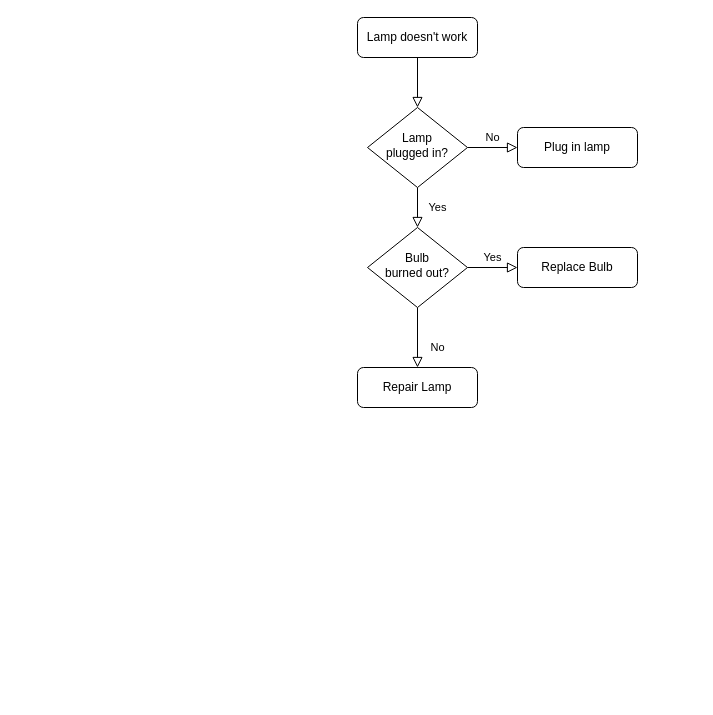
The draw.io diagram 2/diagrams/Untitled Diagram.drawio in Dmytrenko-Roman/TestsLabs, before the edit. Source tidied: cells renumbered, new cells numbered last; positions are measured from the earlier drawing's top-left corner, leaving out a move shared by most shapes. Both pictures are drawn from the tidied source at 100%, with x=0, y=0 at pixel (357, 17).
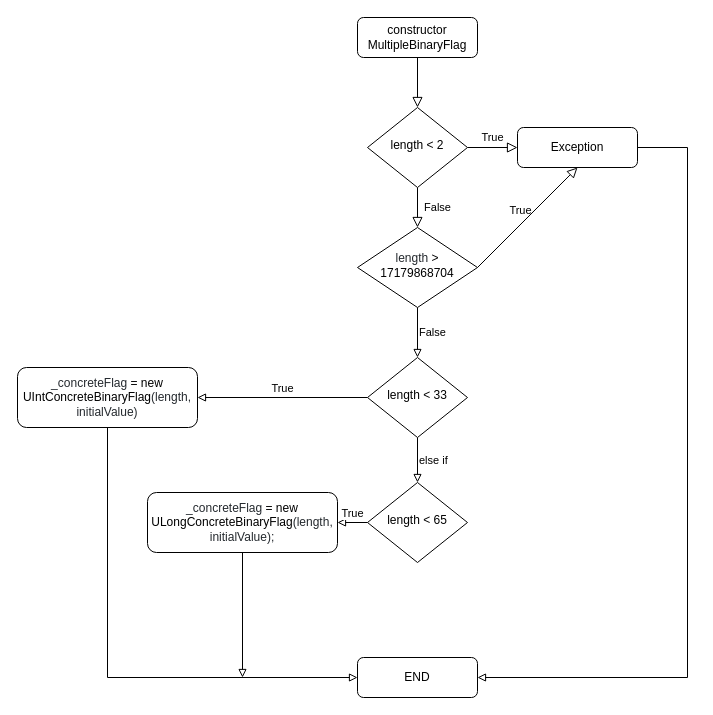
The same page after the edit.

What changed in the source:
```diff
@@
-    <mxCell id="3" value="Lamp doesn't work" style="rounded=1;whiteSpace=wrap;html=1;fontSize=12;glass=0;strokeWidth=1;shadow=0;" parent="1" vertex="1">
+    <mxCell id="3" value="constructor MultipleBinaryFlag" style="rounded=1;whiteSpace=wrap;html=1;fontSize=12;glass=0;strokeWidth=1;shadow=0;" parent="1" vertex="1">
       <mxGeometry width="120" height="40" as="geometry" />
     </mxCell>
-    <mxCell id="4" value="Yes" style="rounded=0;html=1;jettySize=auto;fontSize=11;endArrow=block;endFill=0;endSize=8;strokeWidth=1;shadow=0;labelBackgroundColor=none;edgeStyle=orthogonalEdgeStyle;" parent="1" edge="1" source="6" target="10">
+    <mxCell id="4" value="False" style="rounded=0;html=1;jettySize=auto;fontSize=11;endArrow=block;endFill=0;endSize=8;strokeWidth=1;shadow=0;labelBackgroundColor=none;edgeStyle=orthogonalEdgeStyle;align=center;labelPosition=center;verticalLabelPosition=middle;verticalAlign=middle;" parent="1" edge="1" source="6" target="10">
       <mxGeometry y="20" relative="1" as="geometry" />
     </mxCell>
-    <mxCell id="5" value="No" style="edgeStyle=orthogonalEdgeStyle;rounded=0;html=1;jettySize=auto;fontSize=11;endArrow=block;endFill=0;endSize=8;strokeWidth=1;shadow=0;labelBackgroundColor=none;" parent="1" edge="1" source="6" target="7">
+    <mxCell id="5" value="True" style="edgeStyle=orthogonalEdgeStyle;rounded=0;html=1;jettySize=auto;fontSize=11;endArrow=block;endFill=0;endSize=8;strokeWidth=1;shadow=0;labelBackgroundColor=none;" parent="1" edge="1" source="6" target="7">
       <mxGeometry y="10" relative="1" as="geometry" />
     </mxCell>
-    <mxCell id="6" value="Lamp&lt;br&gt;plugged in?" style="rhombus;whiteSpace=wrap;html=1;shadow=0;fontFamily=Helvetica;fontSize=12;align=center;strokeWidth=1;spacing=6;spacingTop=-4;" parent="1" vertex="1">
+    <mxCell id="6" value="length &amp;lt; 2" style="rhombus;whiteSpace=wrap;html=1;shadow=0;fontFamily=Helvetica;fontSize=12;align=center;strokeWidth=1;spacing=6;spacingTop=-4;" parent="1" vertex="1">
       <mxGeometry x="10" y="90" width="100" height="80" as="geometry" />
     </mxCell>
+    <mxCell id="13" style="edgeStyle=orthogonalEdgeStyle;rounded=0;jettySize=auto;html=1;exitX=1;exitY=0.5;exitDx=0;exitDy=0;entryX=1;entryY=0.5;entryDx=0;entryDy=0;endArrow=block;endFill=0;strokeWidth=1;" parent="1" edge="1" source="7" target="11">
+      <mxGeometry relative="1" as="geometry">
+        <Array as="points">
+          <mxPoint x="330" y="130" />
+          <mxPoint x="330" y="660" />
+        </Array>
+      </mxGeometry>
+    </mxCell>
-    <mxCell id="7" value="Plug in lamp" style="rounded=1;whiteSpace=wrap;html=1;fontSize=12;glass=0;strokeWidth=1;shadow=0;" parent="1" vertex="1">
+    <mxCell id="7" value="Exception" style="rounded=1;whiteSpace=wrap;html=1;fontSize=12;glass=0;strokeWidth=1;shadow=0;" parent="1" vertex="1">
       <mxGeometry x="160" y="110" width="120" height="40" as="geometry" />
     </mxCell>
-    <mxCell id="8" value="No" style="rounded=0;html=1;jettySize=auto;fontSize=11;endArrow=block;endFill=0;endSize=8;strokeWidth=1;shadow=0;labelBackgroundColor=none;edgeStyle=orthogonalEdgeStyle;" parent="1" edge="1" source="10" target="11">
-      <mxGeometry x="0.33" y="20" relative="1" as="geometry" />
-    </mxCell>
-    <mxCell id="9" value="Yes" style="edgeStyle=orthogonalEdgeStyle;rounded=0;html=1;jettySize=auto;fontSize=11;endArrow=block;endFill=0;endSize=8;strokeWidth=1;shadow=0;labelBackgroundColor=none;" parent="1" edge="1" source="10" target="12">
+    <mxCell id="9" value="True" style="rounded=0;html=1;jettySize=auto;fontSize=11;endArrow=block;endFill=0;endSize=8;strokeWidth=1;shadow=0;labelBackgroundColor=none;entryX=0.5;entryY=1;entryDx=0;entryDy=0;exitX=1;exitY=0.5;exitDx=0;exitDy=0;" parent="1" edge="1" source="10" target="7">
       <mxGeometry y="10" relative="1" as="geometry" />
     </mxCell>
+    <mxCell id="14" value="False" style="edgeStyle=orthogonalEdgeStyle;rounded=0;jettySize=auto;html=1;exitX=0.5;exitY=1;exitDx=0;exitDy=0;entryX=0.5;entryY=0;entryDx=0;entryDy=0;endArrow=block;endFill=0;strokeWidth=1;align=left;verticalAlign=middle;horizontal=1;labelPosition=center;verticalLabelPosition=middle;" parent="1" edge="1" source="10" target="17">
+      <mxGeometry relative="1" as="geometry" />
+    </mxCell>
-    <mxCell id="10" value="Bulb&lt;br&gt;burned out?" style="rhombus;whiteSpace=wrap;html=1;shadow=0;fontFamily=Helvetica;fontSize=12;align=center;strokeWidth=1;spacing=6;spacingTop=-4;" parent="1" vertex="1">
-      <mxGeometry x="10" y="210" width="100" height="80" as="geometry" />
+    <mxCell id="10" value="&#10;&#10;&lt;span class=&quot;pl-smi&quot; style=&quot;box-sizing: border-box; color: rgb(36, 41, 46); font-size: 12px; font-style: normal; font-weight: 400; letter-spacing: normal; text-indent: 0px; text-transform: none; word-spacing: 0px; background-color: rgb(255, 255, 255);&quot;&gt;length&lt;/span&gt;&lt;span style=&quot;color: rgb(36, 41, 46); font-size: 12px; font-style: normal; font-weight: 400; letter-spacing: normal; text-indent: 0px; text-transform: none; word-spacing: 0px; background-color: rgb(255, 255, 255); display: inline; float: none;&quot;&gt; &lt;/span&gt;&lt;span class=&quot;pl-k&quot; style=&quot;box-sizing: border-box; font-size: 12px; font-style: normal; font-weight: 400; letter-spacing: normal; text-indent: 0px; text-transform: none; word-spacing: 0px; background-color: rgb(255, 255, 255);&quot;&gt;&amp;gt;&lt;/span&gt;&lt;span style=&quot;color: rgb(36, 41, 46); font-size: 12px; font-style: normal; font-weight: 400; letter-spacing: normal; text-indent: 0px; text-transform: none; word-spacing: 0px; background-color: rgb(255, 255, 255); display: inline; float: none;&quot;&gt; &lt;/span&gt;&lt;span class=&quot;pl-c1&quot; style=&quot;box-sizing: border-box; font-size: 12px; font-style: normal; font-weight: 400; letter-spacing: normal; text-indent: 0px; text-transform: none; word-spacing: 0px; background-color: rgb(255, 255, 255);&quot;&gt;17179868704&lt;/span&gt;&#10;&#10;" style="rhombus;whiteSpace=wrap;html=1;shadow=0;fontFamily=Helvetica;fontSize=12;align=center;strokeWidth=1;spacing=6;spacingTop=-4;" parent="1" vertex="1">
+      <mxGeometry y="210" width="120" height="80" as="geometry" />
     </mxCell>
-    <mxCell id="11" value="Repair Lamp" style="rounded=1;whiteSpace=wrap;html=1;fontSize=12;glass=0;strokeWidth=1;shadow=0;" parent="1" vertex="1">
-      <mxGeometry y="350" width="120" height="40" as="geometry" />
+    <mxCell id="11" value="END" style="rounded=1;whiteSpace=wrap;html=1;fontSize=12;glass=0;strokeWidth=1;shadow=0;" parent="1" vertex="1">
+      <mxGeometry y="640" width="120" height="40" as="geometry" />
     </mxCell>
-    <mxCell id="12" value="Replace Bulb" style="rounded=1;whiteSpace=wrap;html=1;fontSize=12;glass=0;strokeWidth=1;shadow=0;" parent="1" vertex="1">
-      <mxGeometry x="160" y="230" width="120" height="40" as="geometry" />
-    </mxCell>
+    <mxCell id="15" value="True" style="edgeStyle=none;rounded=0;jettySize=auto;html=1;exitX=0;exitY=0.5;exitDx=0;exitDy=0;entryX=1;entryY=0.5;entryDx=0;entryDy=0;endArrow=block;endFill=0;strokeWidth=1;align=center;spacingTop=0;verticalAlign=bottom;" parent="1" edge="1" source="17" target="19">
+      <mxGeometry relative="1" as="geometry" />
+    </mxCell>
+    <mxCell id="16" value="else if" style="edgeStyle=orthogonalEdgeStyle;rounded=0;jettySize=auto;html=1;exitX=0.5;exitY=1;exitDx=0;exitDy=0;entryX=0.5;entryY=0;entryDx=0;entryDy=0;endArrow=block;endFill=0;strokeWidth=1;align=left;" parent="1" edge="1" source="17" target="21">
+      <mxGeometry relative="1" as="geometry" />
+    </mxCell>
+    <mxCell id="17" value="length &amp;lt; 33" style="rhombus;whiteSpace=wrap;html=1;shadow=0;fontFamily=Helvetica;fontSize=12;align=center;strokeWidth=1;spacing=6;spacingTop=-4;" parent="1" vertex="1">
+      <mxGeometry x="10" y="340" width="100" height="80" as="geometry" />
+    </mxCell>
+    <mxCell id="18" style="edgeStyle=orthogonalEdgeStyle;rounded=0;jettySize=auto;html=1;exitX=0.5;exitY=1;exitDx=0;exitDy=0;entryX=0;entryY=0.5;entryDx=0;entryDy=0;endArrow=block;endFill=0;strokeWidth=1;" parent="1" edge="1" source="19" target="11">
+      <mxGeometry relative="1" as="geometry" />
+    </mxCell>
+    <mxCell id="19" value="&#10;&#10;&lt;span class=&quot;pl-smi&quot; style=&quot;box-sizing: border-box; color: rgb(36, 41, 46); font-size: 12px; font-style: normal; font-weight: 400; letter-spacing: normal; text-indent: 0px; text-transform: none; word-spacing: 0px; background-color: rgb(255, 255, 255);&quot;&gt;_concreteFlag&lt;/span&gt;&lt;span style=&quot;color: rgb(36, 41, 46); font-size: 12px; font-style: normal; font-weight: 400; letter-spacing: normal; text-indent: 0px; text-transform: none; word-spacing: 0px; background-color: rgb(255, 255, 255); display: inline; float: none;&quot;&gt; &lt;/span&gt;&lt;span class=&quot;pl-k&quot; style=&quot;box-sizing: border-box; font-size: 12px; font-style: normal; font-weight: 400; letter-spacing: normal; text-indent: 0px; text-transform: none; word-spacing: 0px; background-color: rgb(255, 255, 255);&quot;&gt;=&lt;/span&gt;&lt;span style=&quot;color: rgb(36, 41, 46); font-size: 12px; font-style: normal; font-weight: 400; letter-spacing: normal; text-indent: 0px; text-transform: none; word-spacing: 0px; background-color: rgb(255, 255, 255); display: inline; float: none;&quot;&gt; &lt;/span&gt;&lt;span class=&quot;pl-k&quot; style=&quot;box-sizing: border-box; font-size: 12px; font-style: normal; font-weight: 400; letter-spacing: normal; text-indent: 0px; text-transform: none; word-spacing: 0px; background-color: rgb(255, 255, 255);&quot;&gt;new&lt;/span&gt;&lt;span style=&quot;color: rgb(36, 41, 46); font-size: 12px; font-style: normal; font-weight: 400; letter-spacing: normal; text-indent: 0px; text-transform: none; word-spacing: 0px; background-color: rgb(255, 255, 255); display: inline; float: none;&quot;&gt; &lt;/span&gt;&lt;span class=&quot;pl-en&quot; style=&quot;box-sizing: border-box; font-size: 12px; font-style: normal; font-weight: 400; letter-spacing: normal; text-indent: 0px; text-transform: none; word-spacing: 0px; background-color: rgb(255, 255, 255);&quot;&gt;&lt;span class=&quot;pl-token&quot; style=&quot;box-sizing: border-box&quot;&gt;UIntConcreteBinaryFlag&lt;/span&gt;&lt;/span&gt;&lt;span style=&quot;color: rgb(36, 41, 46); font-size: 12px; font-style: normal; font-weight: 400; letter-spacing: normal; text-indent: 0px; text-transform: none; word-spacing: 0px; background-color: rgb(255, 255, 255); display: inline; float: none;&quot;&gt;(length, initialValue)&lt;/span&gt;&#10;&#10;" style="rounded=1;whiteSpace=wrap;html=1;fontSize=12;glass=0;strokeWidth=1;shadow=0;" parent="1" vertex="1">
+      <mxGeometry x="-340" y="350" width="180" height="60" as="geometry" />
+    </mxCell>
+    <mxCell id="20" value="True" style="edgeStyle=orthogonalEdgeStyle;rounded=0;jettySize=auto;html=1;exitX=0;exitY=0.5;exitDx=0;exitDy=0;entryX=1;entryY=0.5;entryDx=0;entryDy=0;endArrow=block;endFill=0;strokeWidth=1;align=center;verticalAlign=bottom;" parent="1" edge="1" source="21" target="23">
+      <mxGeometry relative="1" as="geometry" />
+    </mxCell>
+    <mxCell id="21" value="length &amp;lt; 65" style="rhombus;whiteSpace=wrap;html=1;shadow=0;fontFamily=Helvetica;fontSize=12;align=center;strokeWidth=1;spacing=6;spacingTop=-4;" parent="1" vertex="1">
+      <mxGeometry x="10" y="465" width="100" height="80" as="geometry" />
+    </mxCell>
+    <mxCell id="22" style="edgeStyle=orthogonalEdgeStyle;rounded=0;jettySize=auto;html=1;exitX=0.5;exitY=1;exitDx=0;exitDy=0;endArrow=block;endFill=0;strokeWidth=1;align=left;" parent="1" edge="1" source="23">
+      <mxGeometry relative="1" as="geometry">
+        <mxPoint x="-115" y="660" as="targetPoint" />
+      </mxGeometry>
+    </mxCell>
+    <mxCell id="23" value="&#10;&#10;&lt;span class=&quot;pl-smi&quot; style=&quot;box-sizing: border-box; color: rgb(36, 41, 46); font-size: 12px; font-style: normal; font-weight: 400; letter-spacing: normal; text-indent: 0px; text-transform: none; word-spacing: 0px; background-color: rgb(255, 255, 255);&quot;&gt;_concreteFlag&lt;/span&gt;&lt;span style=&quot;color: rgb(36, 41, 46); font-size: 12px; font-style: normal; font-weight: 400; letter-spacing: normal; text-indent: 0px; text-transform: none; word-spacing: 0px; background-color: rgb(255, 255, 255); display: inline; float: none;&quot;&gt; &lt;/span&gt;&lt;span class=&quot;pl-k&quot; style=&quot;box-sizing: border-box; font-size: 12px; font-style: normal; font-weight: 400; letter-spacing: normal; text-indent: 0px; text-transform: none; word-spacing: 0px; background-color: rgb(255, 255, 255);&quot;&gt;=&lt;/span&gt;&lt;span style=&quot;color: rgb(36, 41, 46); font-size: 12px; font-style: normal; font-weight: 400; letter-spacing: normal; text-indent: 0px; text-transform: none; word-spacing: 0px; background-color: rgb(255, 255, 255); display: inline; float: none;&quot;&gt; &lt;/span&gt;&lt;span class=&quot;pl-k&quot; style=&quot;box-sizing: border-box; font-size: 12px; font-style: normal; font-weight: 400; letter-spacing: normal; text-indent: 0px; text-transform: none; word-spacing: 0px; background-color: rgb(255, 255, 255);&quot;&gt;new&lt;/span&gt;&lt;span style=&quot;color: rgb(36, 41, 46); font-size: 12px; font-style: normal; font-weight: 400; letter-spacing: normal; text-indent: 0px; text-transform: none; word-spacing: 0px; background-color: rgb(255, 255, 255); display: inline; float: none;&quot;&gt; &lt;/span&gt;&lt;span class=&quot;pl-en&quot; style=&quot;box-sizing: border-box; font-size: 12px; font-style: normal; font-weight: 400; letter-spacing: normal; text-indent: 0px; text-transform: none; word-spacing: 0px; background-color: rgb(255, 255, 255);&quot;&gt;&lt;span class=&quot;pl-token&quot; style=&quot;box-sizing: border-box&quot;&gt;ULongConcreteBinaryFlag&lt;/span&gt;&lt;/span&gt;&lt;span style=&quot;color: rgb(36, 41, 46); font-size: 12px; font-style: normal; font-weight: 400; letter-spacing: normal; text-indent: 0px; text-transform: none; word-spacing: 0px; background-color: rgb(255, 255, 255); display: inline; float: none;&quot;&gt;(length, initialValue);&lt;/span&gt;&#10;&#10;" style="rounded=1;whiteSpace=wrap;html=1;fontSize=12;glass=0;strokeWidth=1;shadow=0;" parent="1" vertex="1">
+      <mxGeometry x="-210" y="475" width="190" height="60" as="geometry" />
+    </mxCell>
```
